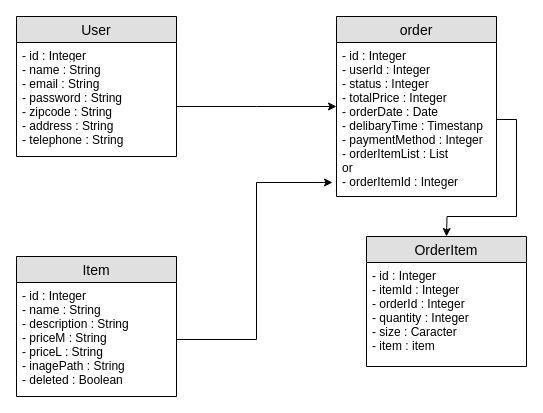
mrstsgk/LaravelMarket keeps this draw.io diagram as resources/ER図/basicTable.drawio. Above is the earlier version. Source tidied: cells renumbered, new cells numbered last; positions are measured from the earlier drawing's top-left corner, leaving out a move shared by most shapes. Both pictures are drawn from the tidied source at 100%, with x=0, y=0 at pixel (16, 16).
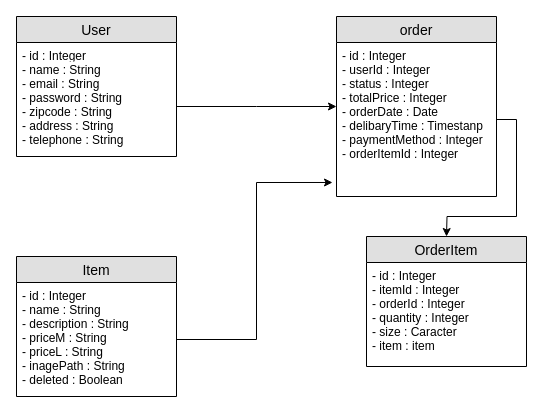
The same page after the edit.

The edit, as a diff of the source:
```diff
@@
 <mxGraphModel>
   <root>
     <mxCell id="0" />
     <mxCell id="1" parent="0" />
     <mxCell id="2" value="User" style="swimlane;fontStyle=0;horizontal=1;startSize=26;fillColor=#e0e0e0;swimlaneFillColor=#ffffff;align=center;fontSize=14;" parent="1" vertex="1">
       <mxGeometry width="160" height="140" as="geometry" />
     </mxCell>
     <mxCell id="3" value="- id : Integer" style="text;strokeColor=none;fillColor=none;spacingLeft=4;spacingRight=4;overflow=hidden;fontSize=12;" parent="2" vertex="1">
       <mxGeometry y="26" width="160" height="14" as="geometry" />
     </mxCell>
     <mxCell id="4" value="- name : String&#10;- email : String&#10;- password : String&#10;- zipcode : String&#10;- address : String&#10;- telephone : String&#10;" style="text;strokeColor=none;fillColor=none;spacingLeft=4;spacingRight=4;overflow=hidden;points=[[0,0.5],[1,0.5]];portConstraint=eastwest;fontSize=12;" parent="2" vertex="1">
       <mxGeometry y="40" width="160" height="100" as="geometry" />
     </mxCell>
     <mxCell id="5" value="Item" style="swimlane;fontStyle=0;horizontal=1;startSize=26;fillColor=#e0e0e0;swimlaneFillColor=#ffffff;align=center;fontSize=14;" parent="1" vertex="1">
       <mxGeometry y="240" width="160" height="140" as="geometry" />
     </mxCell>
     <mxCell id="6" value="- id : Integer&#10;- name : String&#10;- description : String&#10;- priceM : String&#10;- priceL : String&#10;- inagePath : String&#10;- deleted : Boolean" style="text;strokeColor=none;fillColor=none;spacingLeft=4;spacingRight=4;overflow=hidden;points=[[0,0.5],[1,0.5]];portConstraint=eastwest;fontSize=12;" parent="5" vertex="1">
       <mxGeometry y="26" width="160" height="114" as="geometry" />
     </mxCell>
     <mxCell id="7" value="OrderItem" style="swimlane;fontStyle=0;horizontal=1;startSize=26;fillColor=#e0e0e0;swimlaneFillColor=#ffffff;align=center;fontSize=14;" parent="1" vertex="1">
       <mxGeometry x="350" y="220" width="160" height="130" as="geometry" />
     </mxCell>
     <mxCell id="8" value="- id : Integer&#10;- itemId : Integer&#10;- orderId : Integer&#10;- quantity : Integer&#10;- size : Caracter&#10;- item : item  " style="text;strokeColor=none;fillColor=none;spacingLeft=4;spacingRight=4;overflow=hidden;fontSize=12;" parent="7" vertex="1">
       <mxGeometry y="26" width="160" height="104" as="geometry" />
     </mxCell>
     <mxCell id="9" value="order" style="swimlane;fontStyle=0;horizontal=1;startSize=26;fillColor=#e0e0e0;swimlaneFillColor=#ffffff;align=center;fontSize=14;" parent="1" vertex="1">
       <mxGeometry x="320" width="160" height="180" as="geometry" />
     </mxCell>
-    <mxCell id="10" value="- id : Integer&#10;- userId : Integer&#10;- status : Integer&#10;- totalPrice : Integer&#10;- orderDate : Date&#10;- delibaryTime : Timestanp&#10;- paymentMethod : Integer&#10;- orderItemList : List&#10;or&#10;- orderItemId : Integer" style="text;strokeColor=none;fillColor=none;spacingLeft=4;spacingRight=4;overflow=hidden;points=[[0,0.5],[1,0.5]];portConstraint=eastwest;fontSize=12;" parent="9" vertex="1">
+    <mxCell id="10" value="- id : Integer&#10;- userId : Integer&#10;- status : Integer&#10;- totalPrice : Integer&#10;- orderDate : Date&#10;- delibaryTime : Timestanp&#10;- paymentMethod : Integer&#10;- orderItemId : Integer" style="text;strokeColor=none;fillColor=none;spacingLeft=4;spacingRight=4;overflow=hidden;points=[[0,0.5],[1,0.5]];portConstraint=eastwest;fontSize=12;" parent="9" vertex="1">
       <mxGeometry y="26" width="160" height="154" as="geometry" />
     </mxCell>
     <mxCell id="11" style="edgeStyle=orthogonalEdgeStyle;rounded=0;jettySize=auto;html=1;exitX=1;exitY=0.5;exitDx=0;exitDy=0;" parent="1" edge="1" source="4">
       <mxGeometry relative="1" as="geometry">
         <mxPoint x="320" y="90" as="targetPoint" />
       </mxGeometry>
     </mxCell>
     <mxCell id="12" style="edgeStyle=orthogonalEdgeStyle;rounded=0;jettySize=auto;html=1;entryX=-0.025;entryY=0.909;entryDx=0;entryDy=0;entryPerimeter=0;" parent="1" edge="1" source="6" target="10">
       <mxGeometry relative="1" as="geometry" />
     </mxCell>
     <mxCell id="13" style="edgeStyle=orthogonalEdgeStyle;rounded=0;jettySize=auto;html=1;" parent="1" edge="1" source="10">
       <mxGeometry relative="1" as="geometry">
         <mxPoint x="430" y="220" as="targetPoint" />
       </mxGeometry>
     </mxCell>
   </root>
 </mxGraphModel>
```
